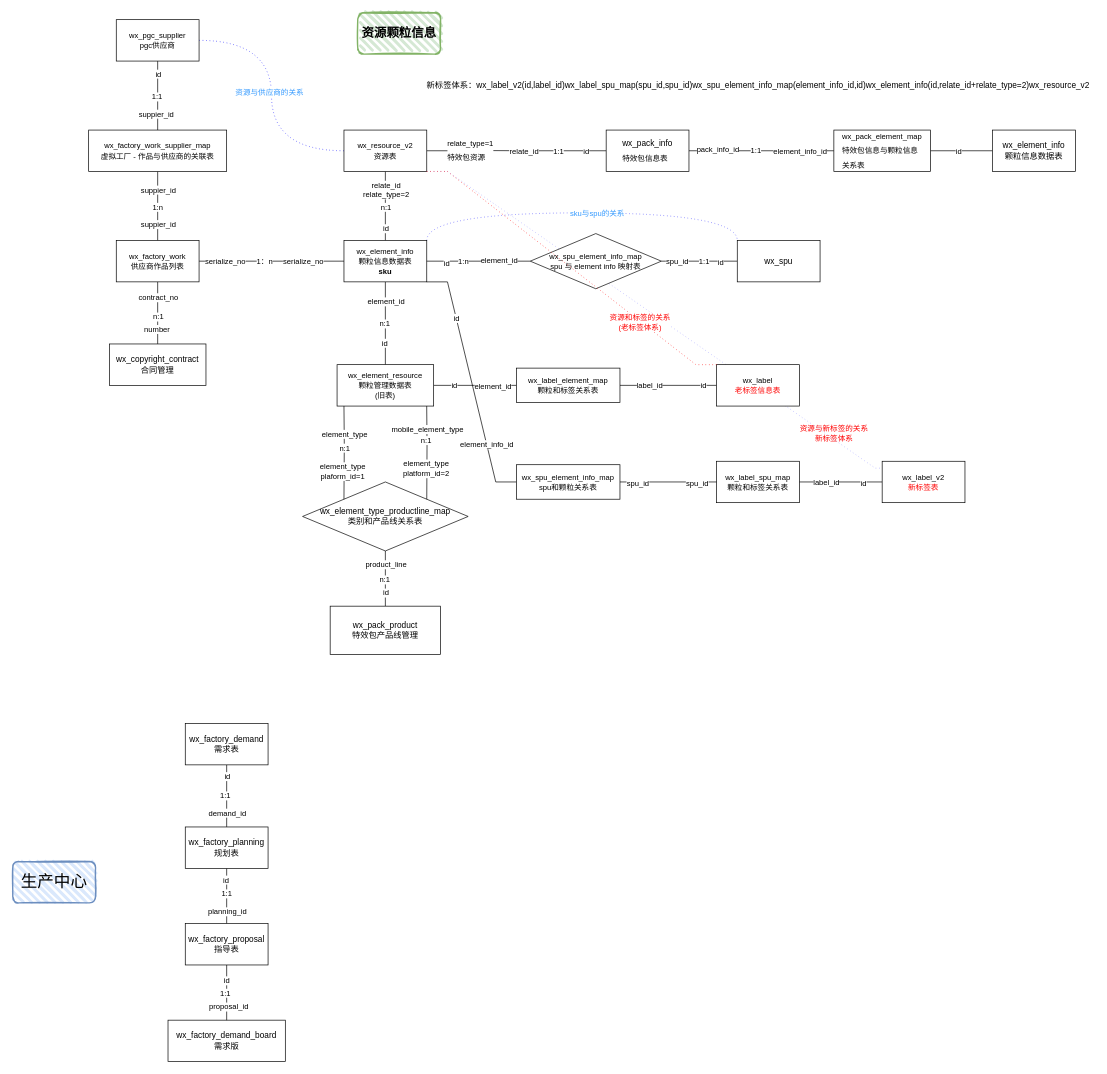
This is 未命名绘图.drawio from nateshao/blog-image, a draw.io file, before an edit. Source tidied: cells renumbered, new cells numbered last; positions are measured from the earlier drawing's top-left corner, leaving out a move shared by most shapes. Both pictures are drawn from the tidied source at 69%, with x=0, y=0 at pixel (12, 12).
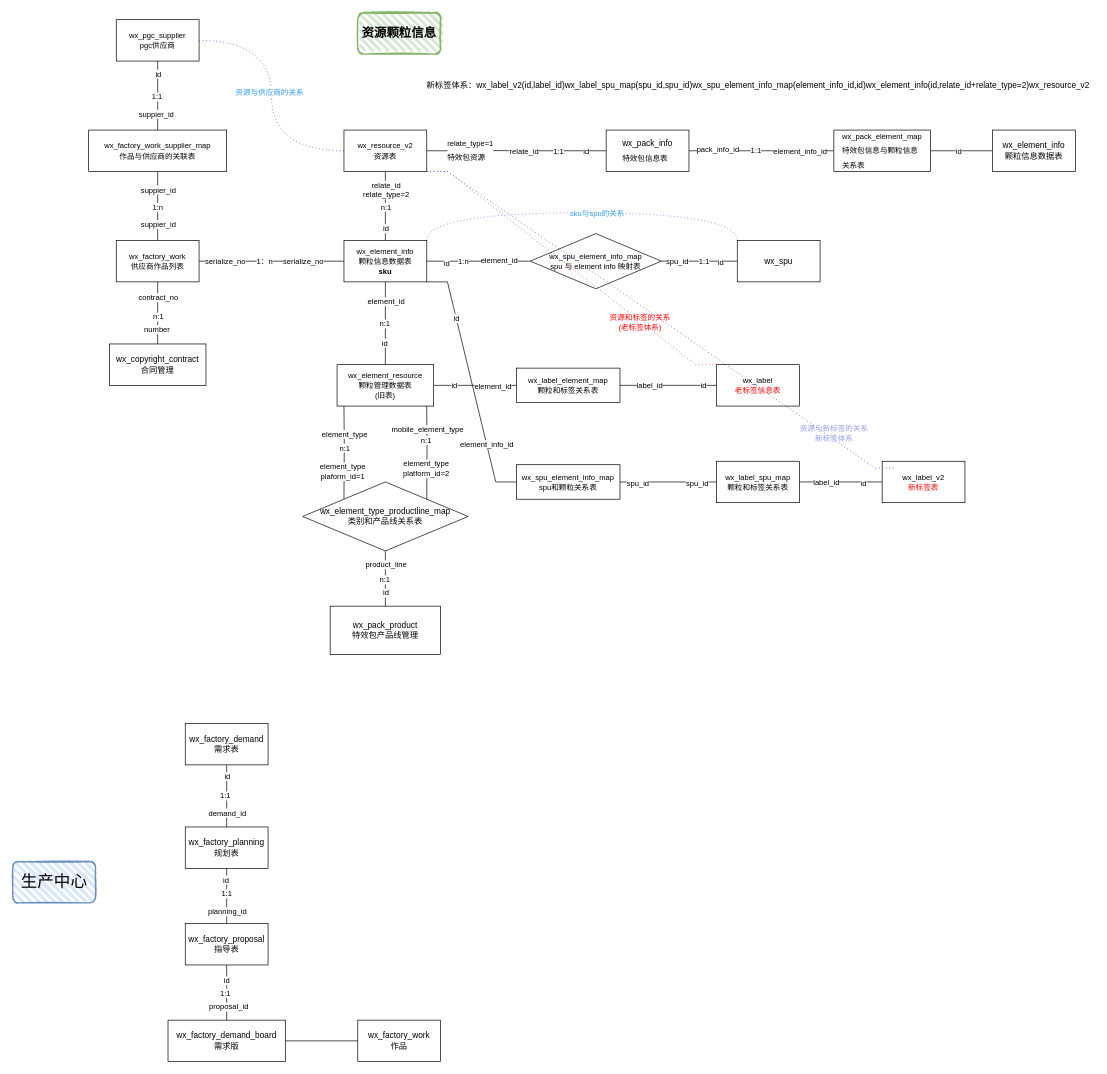
The same diagram, later.

Commit message:
更新未命名绘图.drawio

The change refers to these unchanged cells:
```xml
<mxCell id="14" style="edgeStyle=entityRelationEdgeStyle;rounded=0;jettySize=auto;html=1;exitX=1;exitY=1;exitDx=0;exitDy=0;entryX=0;entryY=0;entryDx=0;entryDy=0;endArrow=none;endFill=0;strokeColor=none;dashed=1;dashPattern=1 4;" parent="1" edge="1" source="17" target="112">
  <mxGeometry relative="1" as="geometry" />
</mxCell>
<mxCell id="17" value="&lt;font style=&quot;font-size: 11px;&quot;&gt;wx_resource_v2&lt;br&gt;资源表&lt;/font&gt;" style="rounded=0;whiteSpace=wrap;html=1;" parent="1" vertex="1">
  <mxGeometry x="480" y="170" width="120" height="60" as="geometry" />
</mxCell>
<mxCell id="99" value="wx_factory_demand_board&lt;br&gt;需求版" style="whiteSpace=wrap;html=1;rounded=0;" parent="1" vertex="1">
  <mxGeometry x="225" y="1460" width="170" height="60" as="geometry" />
</mxCell>
```

Change to the diagram source:
```diff
@@
-    <mxCell id="15" value="&lt;font color=&quot;#ff0000&quot;&gt;资源与新标签的关系&lt;br&gt;新标签体系&lt;/font&gt;" style="edgeLabel;html=1;align=center;verticalAlign=middle;" parent="14" vertex="1">
+    <mxCell id="15" value="&lt;font color=&quot;#9999ff&quot;&gt;资源与新标签的关系&lt;br&gt;新标签体系&lt;/font&gt;" style="edgeLabel;html=1;align=center;verticalAlign=middle;" parent="14" vertex="1">
       <mxGeometry x="0.71" y="2" relative="1" as="geometry">
         <mxPoint x="28" y="10" as="offset" />
       </mxGeometry>
     </mxCell>
-    <mxCell id="16" style="edgeStyle=entityRelationEdgeStyle;rounded=0;jettySize=auto;html=1;exitX=1;exitY=1;exitDx=0;exitDy=0;entryX=0;entryY=0;entryDx=0;entryDy=0;endArrow=none;endFill=0;dashed=1;dashPattern=1 4;strokeColor=#9999FF;" parent="1" edge="1" source="17">
-      <mxGeometry relative="1" as="geometry">
-        <mxPoint x="1280" y="660" as="targetPoint" />
-      </mxGeometry>
-    </mxCell>
@@
-    <mxCell id="72" value="&lt;font style=&quot;font-size: 11px;&quot;&gt;wx_factory_work_supplier_map&lt;br style=&quot;border-color: var(--border-color);&quot;&gt;虚拟工厂 - 作品与供应商的关联表&lt;/font&gt;" style="whiteSpace=wrap;html=1;rounded=0;" parent="1" vertex="1">
+    <mxCell id="72" value="&lt;font style=&quot;font-size: 11px;&quot;&gt;wx_factory_work_supplier_map&lt;br style=&quot;border-color: var(--border-color);&quot;&gt;作品与供应商的关联表&lt;/font&gt;" style="whiteSpace=wrap;html=1;rounded=0;" parent="1" vertex="1">
       <mxGeometry x="110" y="170" width="200" height="60" as="geometry" />
     </mxCell>
@@
+    <mxCell id="120" style="edgeStyle=orthogonalEdgeStyle;rounded=0;jettySize=auto;html=1;endArrow=none;endFill=0;" parent="1" edge="1" source="99" target="121">
+      <mxGeometry relative="1" as="geometry" />
+    </mxCell>
@@
+    <mxCell id="16" style="edgeStyle=entityRelationEdgeStyle;rounded=0;jettySize=auto;html=1;exitX=1;exitY=1;exitDx=0;exitDy=0;entryX=0;entryY=0;entryDx=0;entryDy=0;endArrow=none;endFill=0;dashed=1;dashPattern=1 4;strokeColor=#0000FF;" parent="1" edge="1" source="17">
+      <mxGeometry relative="1" as="geometry">
+        <mxPoint x="1280" y="660" as="targetPoint" />
+      </mxGeometry>
+    </mxCell>
+    <mxCell id="121" value="wx_factory_work&lt;br&gt;作品" style="whiteSpace=wrap;html=1;rounded=0;" parent="1" vertex="1">
+      <mxGeometry x="500" y="1460" width="120" height="60" as="geometry" />
+    </mxCell>
```
